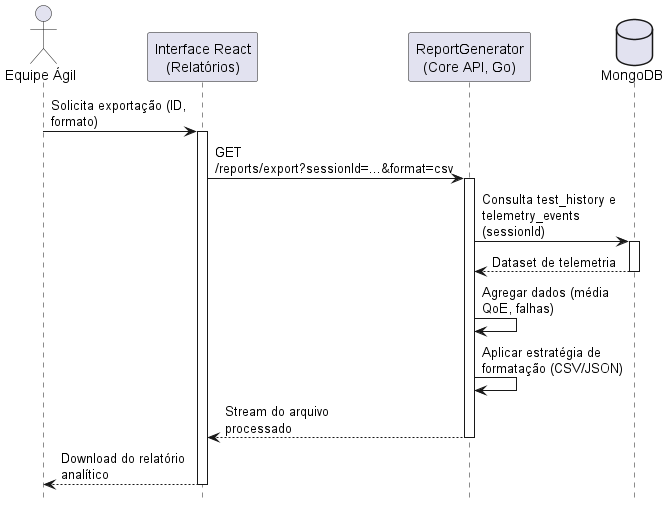
The PlantUML diagram Artefatos/DiagramaDeSequenciaDeGeracaoDeRelatorios.png in ICEI-PUC-Minas-PPLES-TI/plf-es-2025-2-tcci-0393100-dev-rafael-parreira, before a commit.
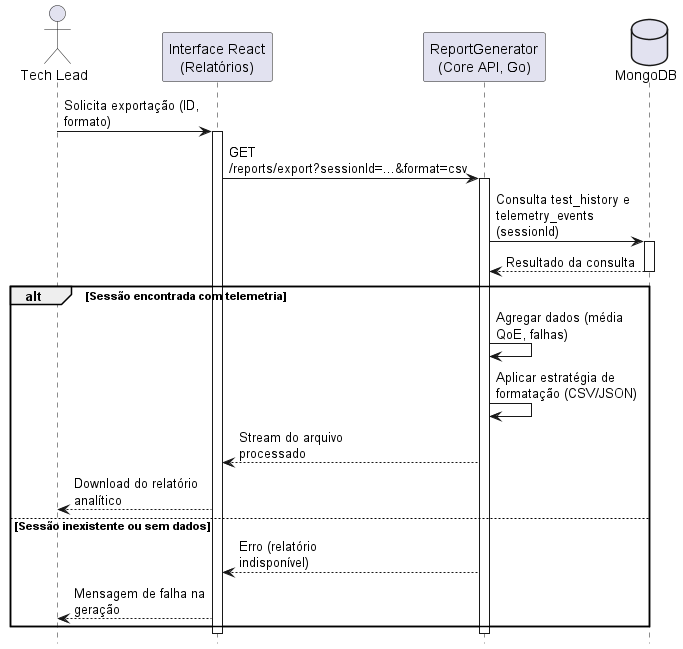
After the commit.

Commit message:
docs: aplica ajustes da banca nos diagramas de sequencia e de atividades

Diff of the diagram source:
```diff
@@ -3,26 +3,30 @@
 skinparam ParticipantPadding 20
 skinparam MaxMessageSize 150
 
-actor "Equipe Ágil" as Equipe
+actor "Tech Lead" as TechLead
 participant "Interface React\n(Relatórios)" as Web
 participant "ReportGenerator\n(Core API, Go)" as Generator
 database "MongoDB" as DB
 
-Equipe -> Web: Solicita exportação (ID, formato)
+TechLead -> Web: Solicita exportação (ID, formato)
 activate Web
 Web -> Generator: GET /reports/export?sessionId=...&format=csv
 activate Generator
 
 Generator -> DB: Consulta test_history e telemetry_events (sessionId)
 activate DB
-DB --> Generator: Dataset de telemetria
+DB --> Generator: Resultado da consulta
 deactivate DB
 
-Generator -> Generator: Agregar dados (média QoE, falhas)
-Generator -> Generator: Aplicar estratégia de formatação (CSV/JSON)
-
-Generator --> Web: Stream do arquivo processado
+alt Sessão encontrada com telemetria
+    Generator -> Generator: Agregar dados (média QoE, falhas)
+    Generator -> Generator: Aplicar estratégia de formatação (CSV/JSON)
+    Generator --> Web: Stream do arquivo processado
+    Web --> TechLead: Download do relatório analítico
+else Sessão inexistente ou sem dados
+    Generator --> Web: Erro (relatório indisponível)
+    Web --> TechLead: Mensagem de falha na geração
+end
 deactivate Generator
-Web --> Equipe: Download do relatório analítico
 deactivate Web
 @enduml
```
